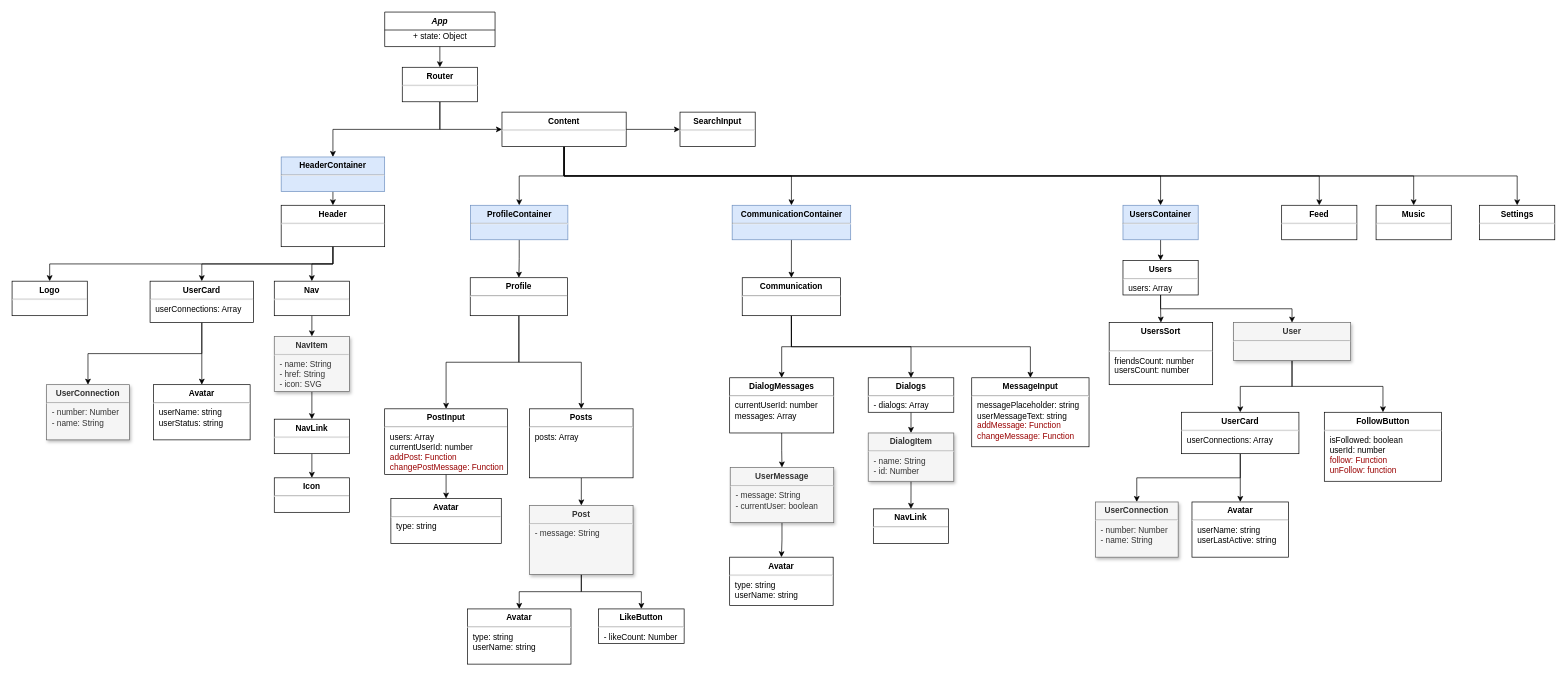
The draw.io diagram Untitled Diagram.drawio in PsarewIvan/react-challenge-itcamasutra, before the edit. Source tidied: cells renumbered, new cells numbered last; positions are measured from the earlier drawing's top-left corner, leaving out a move shared by most shapes. Both pictures are drawn from the tidied source at 69%, with x=0, y=0 at pixel (12, 12).
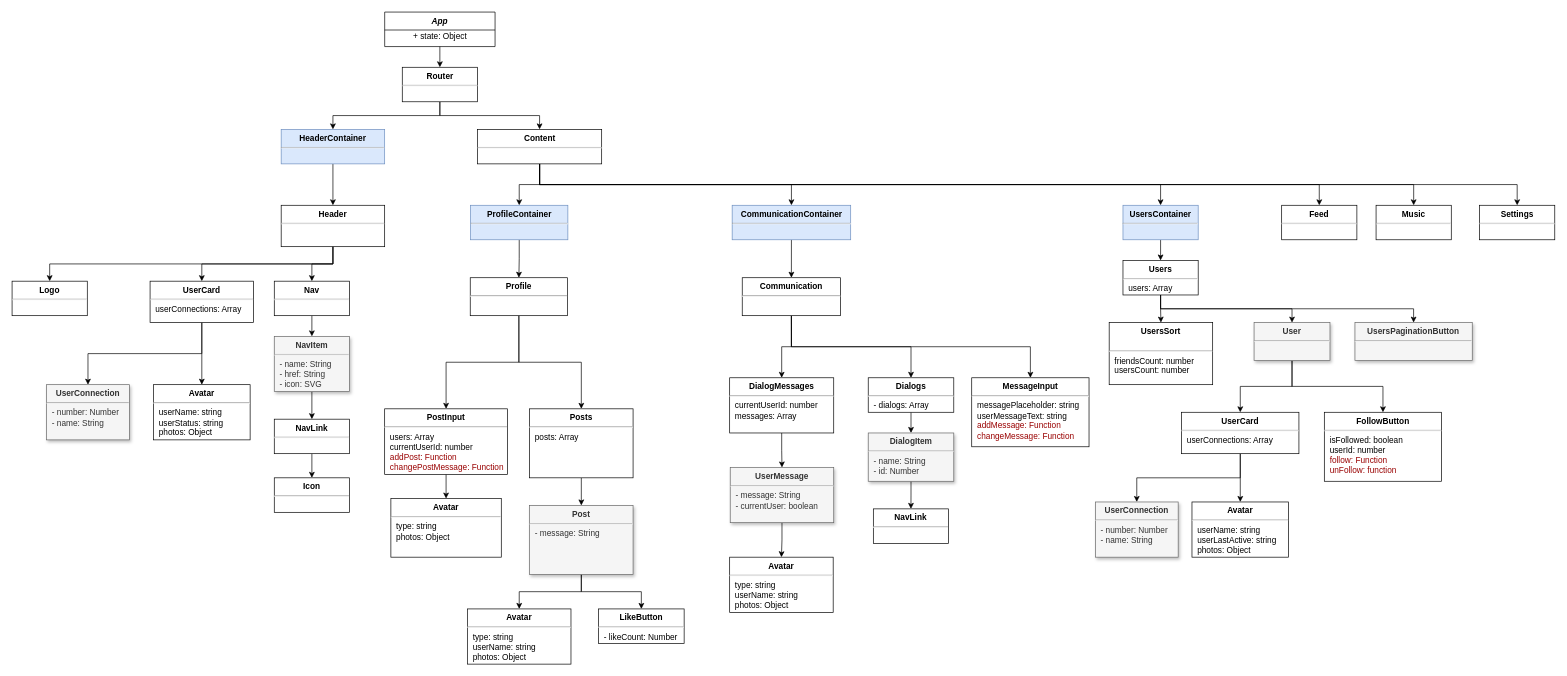
After the change.

Unchanged cells that the change refers to:
```xml
<mxCell id="31" value="&lt;p style=&quot;margin: 0px ; margin-top: 6px ; text-align: center&quot;&gt;&lt;b&gt;Router&lt;/b&gt;&lt;/p&gt;&lt;hr&gt;&lt;p style=&quot;margin: 0px ; margin-left: 8px&quot;&gt;&lt;br&gt;&lt;/p&gt;" style="align=left;overflow=fill;html=1;" parent="1" vertex="1">
  <mxGeometry x="565.5" y="80" width="109" height="50" as="geometry" />
</mxCell>
<mxCell id="75" value="&lt;p style=&quot;margin: 0px ; margin-top: 6px ; text-align: center&quot;&gt;&lt;b&gt;Users&lt;/b&gt;&lt;/p&gt;&lt;hr&gt;&lt;p style=&quot;margin: 0px ; margin-left: 8px&quot;&gt;users: Array&lt;br&gt;&lt;/p&gt;" style="align=left;overflow=fill;html=1;" parent="1" vertex="1">
  <mxGeometry x="1610" y="360" width="109" height="50" as="geometry" />
</mxCell>
```

Change to the diagram source:
```diff
@@
-    <mxCell id="8" style="edgeStyle=orthogonalEdgeStyle;rounded=0;jettySize=auto;html=1;exitX=1;exitY=0.5;exitDx=0;exitDy=0;entryX=0;entryY=0.5;entryDx=0;entryDy=0;" parent="1" edge="1" source="15" target="32">
-      <mxGeometry relative="1" as="geometry" />
-    </mxCell>
@@
     <mxCell id="15" value="&lt;p style=&quot;margin: 0px ; margin-top: 6px ; text-align: center&quot;&gt;&lt;b&gt;Content&lt;/b&gt;&lt;/p&gt;&lt;hr&gt;&lt;p style=&quot;margin: 0px ; margin-left: 8px&quot;&gt;&lt;br&gt;&lt;/p&gt;" style="align=left;overflow=fill;html=1;" parent="1" vertex="1">
-      <mxGeometry x="710" y="145" width="180" height="50" as="geometry" />
+      <mxGeometry x="674.5" y="170" width="180" height="50" as="geometry" />
     </mxCell>
@@
-    <mxCell id="23" value="&lt;p style=&quot;margin: 0px ; margin-top: 6px ; text-align: center&quot;&gt;&lt;b&gt;Avatar&lt;/b&gt;&lt;/p&gt;&lt;hr&gt;&lt;p style=&quot;margin: 0px 0px 0px 8px&quot;&gt;&lt;span&gt;userName: string&lt;/span&gt;&lt;br&gt;&lt;/p&gt;&lt;p style=&quot;margin: 0px 0px 0px 8px&quot;&gt;userStatus: string&lt;/p&gt;" style="align=left;overflow=fill;html=1;" parent="1" vertex="1">
+    <mxCell id="23" value="&lt;p style=&quot;margin: 0px ; margin-top: 6px ; text-align: center&quot;&gt;&lt;b&gt;Avatar&lt;/b&gt;&lt;/p&gt;&lt;hr&gt;&lt;p style=&quot;margin: 0px 0px 0px 8px&quot;&gt;&lt;span&gt;userName: string&lt;/span&gt;&lt;br&gt;&lt;/p&gt;&lt;p style=&quot;margin: 0px 0px 0px 8px&quot;&gt;userStatus: string&lt;/p&gt;&lt;p style=&quot;margin: 0px 0px 0px 8px&quot;&gt;photos: Object&lt;/p&gt;" style="align=left;overflow=fill;html=1;" parent="1" vertex="1">
       <mxGeometry x="205" y="540" width="140" height="80" as="geometry" />
     </mxCell>
@@
-    <mxCell id="30" style="edgeStyle=orthogonalEdgeStyle;rounded=0;jettySize=auto;html=1;exitX=0.5;exitY=1;exitDx=0;exitDy=0;entryX=0;entryY=0.5;entryDx=0;entryDy=0;" parent="1" edge="1" source="31" target="15">
+    <mxCell id="30" style="edgeStyle=orthogonalEdgeStyle;rounded=0;jettySize=auto;html=1;exitX=0.5;exitY=1;exitDx=0;exitDy=0;entryX=0.5;entryY=0;entryDx=0;entryDy=0;" parent="1" edge="1" source="31" target="15">
       <mxGeometry relative="1" as="geometry" />
     </mxCell>
@@
-    <mxCell id="32" value="&lt;p style=&quot;margin: 0px ; margin-top: 6px ; text-align: center&quot;&gt;&lt;b&gt;SearchInput&lt;/b&gt;&lt;/p&gt;&lt;hr&gt;&lt;p style=&quot;margin: 0px ; margin-left: 8px&quot;&gt;&lt;br&gt;&lt;/p&gt;" style="align=left;overflow=fill;html=1;" parent="1" vertex="1">
-      <mxGeometry x="968" y="145" width="109" height="50" as="geometry" />
-    </mxCell>
@@
-    <mxCell id="45" value="&lt;p style=&quot;margin: 0px ; margin-top: 6px ; text-align: center&quot;&gt;&lt;b&gt;Avatar&lt;/b&gt;&lt;/p&gt;&lt;hr&gt;&lt;p style=&quot;margin: 0px 0px 0px 8px&quot;&gt;type: string&lt;/p&gt;" style="align=left;overflow=fill;html=1;" parent="1" vertex="1">
-      <mxGeometry x="549" y="705" width="160" height="65" as="geometry" />
+    <mxCell id="45" value="&lt;p style=&quot;margin: 0px ; margin-top: 6px ; text-align: center&quot;&gt;&lt;b&gt;Avatar&lt;/b&gt;&lt;/p&gt;&lt;hr&gt;&lt;p style=&quot;margin: 0px 0px 0px 8px&quot;&gt;type: string&lt;/p&gt;&lt;p style=&quot;margin: 0px 0px 0px 8px&quot;&gt;photos: Object&lt;/p&gt;" style="align=left;overflow=fill;html=1;" parent="1" vertex="1">
+      <mxGeometry x="549" y="705" width="160" height="85" as="geometry" />
     </mxCell>
@@
-    <mxCell id="48" value="&lt;p style=&quot;margin: 0px ; margin-top: 6px ; text-align: center&quot;&gt;&lt;b&gt;Avatar&lt;/b&gt;&lt;/p&gt;&lt;hr&gt;&lt;p style=&quot;margin: 0px 0px 0px 8px&quot;&gt;type: string&lt;/p&gt;&lt;p style=&quot;margin: 0px 0px 0px 8px&quot;&gt;userName: string&lt;/p&gt;" style="align=left;overflow=fill;html=1;" parent="1" vertex="1">
+    <mxCell id="48" value="&lt;p style=&quot;margin: 0px ; margin-top: 6px ; text-align: center&quot;&gt;&lt;b&gt;Avatar&lt;/b&gt;&lt;/p&gt;&lt;hr&gt;&lt;p style=&quot;margin: 0px 0px 0px 8px&quot;&gt;type: string&lt;/p&gt;&lt;p style=&quot;margin: 0px 0px 0px 8px&quot;&gt;userName: string&lt;/p&gt;&lt;p style=&quot;margin: 0px 0px 0px 8px&quot;&gt;photos: Object&lt;/p&gt;" style="align=left;overflow=fill;html=1;" parent="1" vertex="1">
       <mxGeometry x="660" y="865" width="150" height="80" as="geometry" />
     </mxCell>
@@
-    <mxCell id="59" value="&lt;p style=&quot;margin: 0px ; margin-top: 6px ; text-align: center&quot;&gt;&lt;b&gt;Avatar&lt;/b&gt;&lt;/p&gt;&lt;hr&gt;&lt;p style=&quot;margin: 0px ; margin-left: 8px&quot;&gt;type: string&lt;/p&gt;&lt;p style=&quot;margin: 0px ; margin-left: 8px&quot;&gt;userName: string&lt;/p&gt;" style="align=left;overflow=fill;html=1;" parent="1" vertex="1">
-      <mxGeometry x="1040" y="790" width="150" height="70" as="geometry" />
+    <mxCell id="59" value="&lt;p style=&quot;margin: 0px ; margin-top: 6px ; text-align: center&quot;&gt;&lt;b&gt;Avatar&lt;/b&gt;&lt;/p&gt;&lt;hr&gt;&lt;p style=&quot;margin: 0px ; margin-left: 8px&quot;&gt;type: string&lt;/p&gt;&lt;p style=&quot;margin: 0px ; margin-left: 8px&quot;&gt;userName: string&lt;/p&gt;&lt;p style=&quot;margin: 0px ; margin-left: 8px&quot;&gt;photos: Object&lt;br&gt;&lt;/p&gt;" style="align=left;overflow=fill;html=1;" parent="1" vertex="1">
+      <mxGeometry x="1040" y="790" width="150" height="80" as="geometry" />
     </mxCell>
@@
     <mxCell id="70" value="&lt;p style=&quot;margin: 0px ; margin-top: 6px ; text-align: center&quot;&gt;&lt;b&gt;HeaderContainer&lt;/b&gt;&lt;/p&gt;&lt;hr&gt;&lt;p style=&quot;margin: 0px ; margin-left: 8px&quot;&gt;&lt;br&gt;&lt;/p&gt;" style="align=left;overflow=fill;html=1;fillColor=#dae8fc;strokeColor=#6c8ebf;" parent="1" vertex="1">
-      <mxGeometry x="390" y="210" width="150" height="50" as="geometry" />
+      <mxGeometry x="390" y="170" width="150" height="50" as="geometry" />
     </mxCell>
@@
+    <mxCell id="86" style="edgeStyle=orthogonalEdgeStyle;rounded=0;jettySize=auto;html=1;exitX=0.5;exitY=1;exitDx=0;exitDy=0;entryX=0.5;entryY=0;entryDx=0;entryDy=0;" parent="1" edge="1" source="75" target="87">
+      <mxGeometry relative="1" as="geometry" />
+    </mxCell>
@@
     <mxCell id="82" value="&lt;p style=&quot;margin: 0px ; margin-top: 6px ; text-align: center&quot;&gt;&lt;b&gt;User&lt;/b&gt;&lt;/p&gt;&lt;hr&gt;&lt;p style=&quot;margin: 0px ; margin-left: 8px&quot;&gt;&lt;br&gt;&lt;/p&gt;" style="align=left;overflow=fill;html=1;fillColor=#f5f5f5;strokeColor=#666666;fontColor=#333333;shadow=1;" parent="1" vertex="1">
-      <mxGeometry x="1770" y="450" width="170" height="55" as="geometry" />
+      <mxGeometry x="1800" y="450" width="110" height="55" as="geometry" />
     </mxCell>
@@
-    <mxCell id="85" value="&lt;p style=&quot;margin: 0px ; margin-top: 6px ; text-align: center&quot;&gt;&lt;b&gt;Avatar&lt;/b&gt;&lt;/p&gt;&lt;hr&gt;&lt;p style=&quot;margin: 0px 0px 0px 8px&quot;&gt;&lt;span&gt;userName: string&lt;/span&gt;&lt;br&gt;&lt;/p&gt;&lt;p style=&quot;margin: 0px 0px 0px 8px&quot;&gt;userLastActive: string&lt;/p&gt;" style="align=left;overflow=fill;html=1;" parent="1" vertex="1">
+    <mxCell id="85" value="&lt;p style=&quot;margin: 0px ; margin-top: 6px ; text-align: center&quot;&gt;&lt;b&gt;Avatar&lt;/b&gt;&lt;/p&gt;&lt;hr&gt;&lt;p style=&quot;margin: 0px 0px 0px 8px&quot;&gt;&lt;span&gt;userName: string&lt;/span&gt;&lt;br&gt;&lt;/p&gt;&lt;p style=&quot;margin: 0px 0px 0px 8px&quot;&gt;userLastActive: string&lt;/p&gt;&lt;p style=&quot;margin: 0px 0px 0px 8px&quot;&gt;photos: Object&lt;br&gt;&lt;/p&gt;" style="align=left;overflow=fill;html=1;" parent="1" vertex="1">
       <mxGeometry x="1710" y="710" width="140" height="80" as="geometry" />
     </mxCell>
+    <mxCell id="87" value="&lt;p style=&quot;margin: 0px ; margin-top: 6px ; text-align: center&quot;&gt;&lt;b&gt;UsersPaginationButton&lt;/b&gt;&lt;/p&gt;&lt;hr&gt;&lt;p style=&quot;margin: 0px ; margin-left: 8px&quot;&gt;&lt;br&gt;&lt;/p&gt;" style="align=left;overflow=fill;html=1;fillColor=#f5f5f5;strokeColor=#666666;fontColor=#333333;shadow=1;" parent="1" vertex="1">
+      <mxGeometry x="1946.2" y="450" width="170" height="55" as="geometry" />
+    </mxCell>
```
